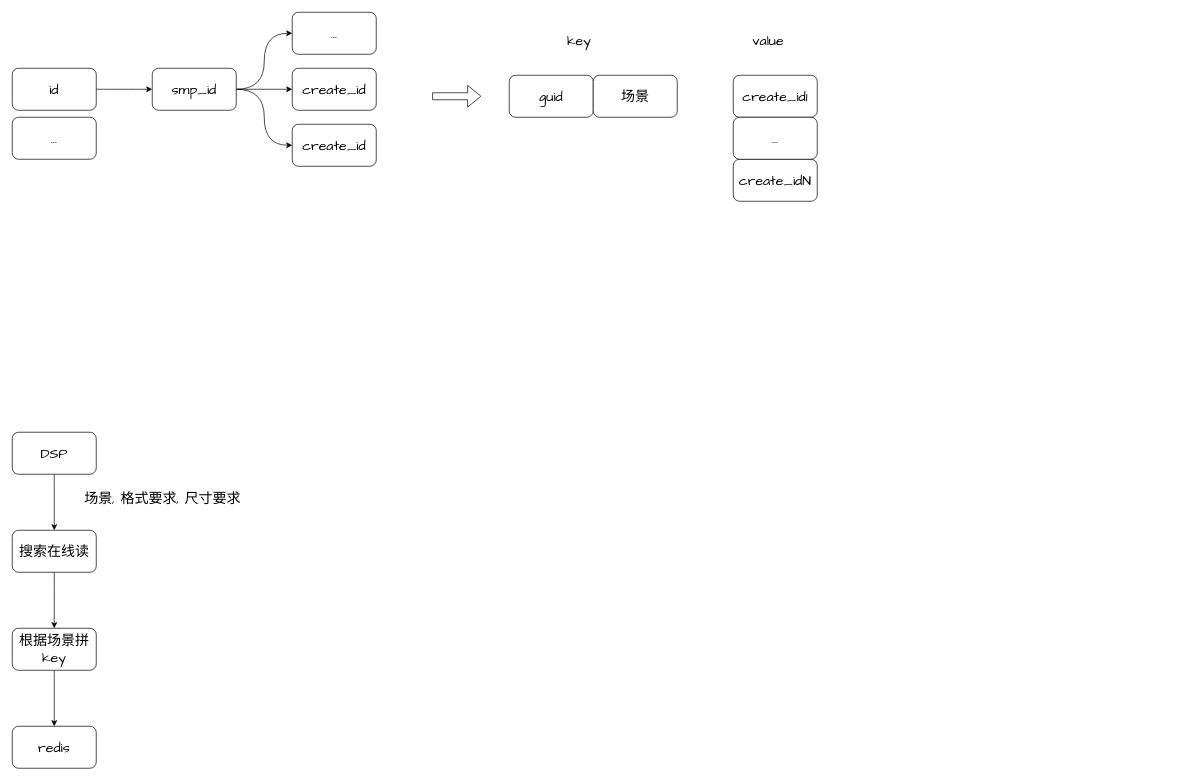
Earlier version of the draw.io diagram put_online.drawio (hashyong/drawio). Source tidied: cells renumbered, new cells numbered last; positions are measured from the earlier drawing's top-left corner, leaving out a move shared by most shapes. Both pictures are drawn from the tidied source at 70%, with x=0, y=0 at pixel (12, 12).
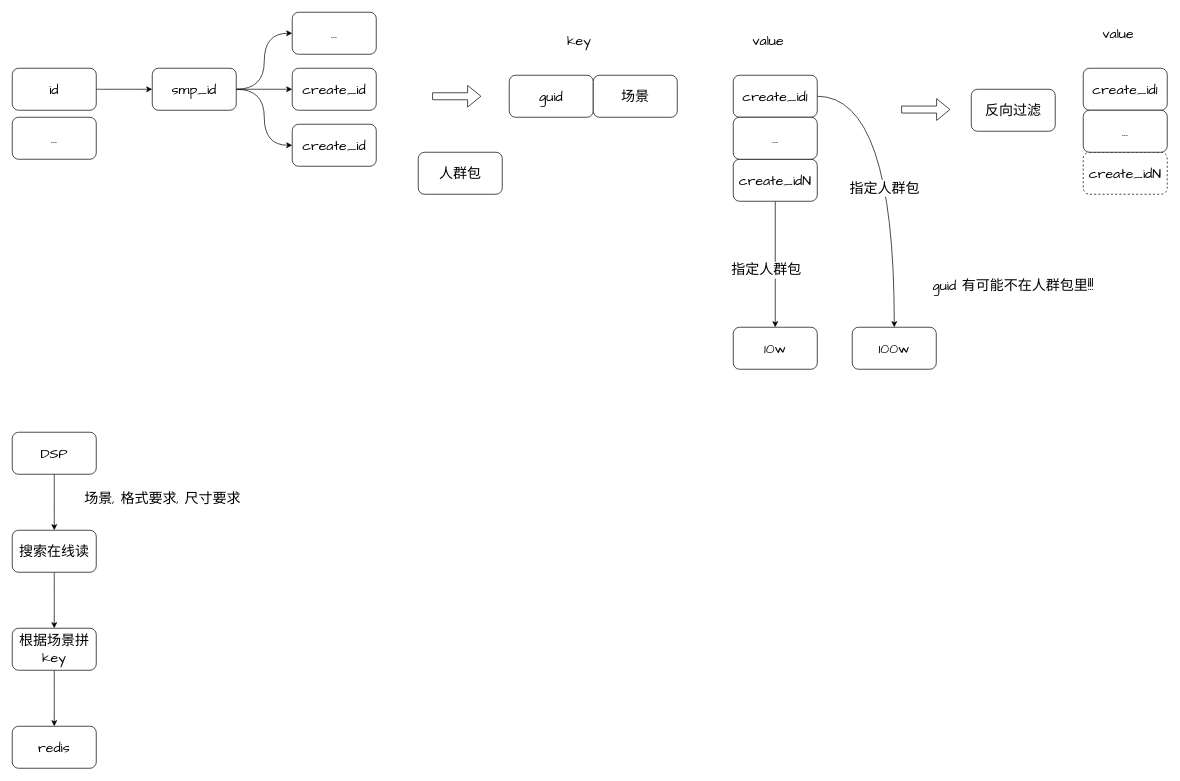
The same page after the edit.

The change refers to these unchanged cells:
```xml
<mxCell id="22" value="&lt;span style=&quot;font-size: 20px ; font-weight: normal&quot;&gt;create_id1&lt;br&gt;&lt;/span&gt;" style="whiteSpace=wrap;html=1;rounded=1;fontFamily=Comic Sans MS;fontSize=20;align=center;fontStyle=1;" parent="1" vertex="1">
  <mxGeometry x="1030" y="90" width="120" height="60" as="geometry" />
</mxCell>
<mxCell id="23" value="&lt;span style=&quot;font-weight: 400&quot;&gt;create_idN&lt;/span&gt;&lt;span style=&quot;font-size: 20px ; font-weight: normal&quot;&gt;&lt;br&gt;&lt;/span&gt;" style="whiteSpace=wrap;html=1;rounded=1;fontFamily=Comic Sans MS;fontSize=20;align=center;fontStyle=1;" parent="1" vertex="1">
  <mxGeometry x="1030" y="210" width="120" height="60" as="geometry" />
</mxCell>
```

What changed in the source:
```diff
@@
+    <mxCell id="28" style="edgeStyle=orthogonalEdgeStyle;curved=1;rounded=0;jettySize=auto;html=1;exitX=1;exitY=0.5;exitDx=0;exitDy=0;fontFamily=Comic Sans MS;fontSize=20;" parent="1" edge="1" source="22" target="33">
+      <mxGeometry relative="1" as="geometry" />
+    </mxCell>
+    <mxCell id="29" value="指定人群包" style="edgeLabel;html=1;align=center;verticalAlign=middle;fontSize=20;fontFamily=Comic Sans MS;" parent="28" vertex="1">
+      <mxGeometry x="0.09" y="-15" relative="1" as="geometry" />
+    </mxCell>
@@
+    <mxCell id="30" style="edgeStyle=orthogonalEdgeStyle;curved=1;rounded=0;jettySize=auto;html=1;exitX=0.5;exitY=1;exitDx=0;exitDy=0;fontFamily=Comic Sans MS;fontSize=20;" parent="1" edge="1" source="23">
+      <mxGeometry relative="1" as="geometry">
+        <mxPoint x="1090" y="450" as="targetPoint" />
+      </mxGeometry>
+    </mxCell>
+    <mxCell id="31" value="指定人群包" style="edgeLabel;html=1;align=center;verticalAlign=middle;fontSize=20;fontFamily=Comic Sans MS;" parent="30" vertex="1">
+      <mxGeometry x="0.09" y="-14" relative="1" as="geometry" />
+    </mxCell>
@@
+    <mxCell id="32" value="&lt;span style=&quot;font-weight: 400&quot;&gt;10w&lt;/span&gt;&lt;span style=&quot;font-size: 20px ; font-weight: normal&quot;&gt;&lt;br&gt;&lt;/span&gt;" style="whiteSpace=wrap;html=1;rounded=1;fontFamily=Comic Sans MS;fontSize=20;align=center;fontStyle=1;" parent="1" vertex="1">
+      <mxGeometry x="1030" y="450" width="120" height="60" as="geometry" />
+    </mxCell>
+    <mxCell id="33" value="&lt;span style=&quot;font-weight: 400&quot;&gt;100w&lt;/span&gt;&lt;span style=&quot;font-size: 20px ; font-weight: normal&quot;&gt;&lt;br&gt;&lt;/span&gt;" style="whiteSpace=wrap;html=1;rounded=1;fontFamily=Comic Sans MS;fontSize=20;align=center;fontStyle=1;" parent="1" vertex="1">
+      <mxGeometry x="1200" y="450" width="120" height="60" as="geometry" />
+    </mxCell>
+    <mxCell id="34" value="人群包" style="rounded=1;whiteSpace=wrap;html=1;fontFamily=Comic Sans MS;fontSize=20;align=center;" parent="1" vertex="1">
+      <mxGeometry x="580" y="200" width="120" height="60" as="geometry" />
+    </mxCell>
+    <mxCell id="35" style="shape=flexArrow;endArrow=classic;html=1;fontFamily=Comic Sans MS;fontSize=20;" parent="1" edge="1">
+      <mxGeometry relative="1" as="geometry">
+        <mxPoint x="1270" y="139" as="sourcePoint" />
+        <mxPoint x="1340" y="139" as="targetPoint" />
+      </mxGeometry>
+    </mxCell>
+    <mxCell id="36" value="&lt;span style=&quot;font-size: 20px ; font-weight: normal&quot;&gt;反向过滤&lt;br&gt;&lt;/span&gt;" style="whiteSpace=wrap;html=1;rounded=1;fontFamily=Comic Sans MS;fontSize=20;align=center;fontStyle=1;" parent="1" vertex="1">
+      <mxGeometry x="1370" y="110" width="120" height="60" as="geometry" />
+    </mxCell>
+    <mxCell id="37" value="value" style="text;html=1;strokeColor=none;fillColor=none;align=center;verticalAlign=middle;whiteSpace=wrap;rounded=0;fontFamily=Comic Sans MS;fontSize=20;" parent="1" vertex="1">
+      <mxGeometry x="1560" y="20" width="40" height="20" as="geometry" />
+    </mxCell>
+    <mxCell id="38" value="&lt;span style=&quot;font-size: 20px ; font-weight: normal&quot;&gt;create_id1&lt;br&gt;&lt;/span&gt;" style="whiteSpace=wrap;html=1;rounded=1;fontFamily=Comic Sans MS;fontSize=20;align=center;fontStyle=1;" parent="1" vertex="1">
+      <mxGeometry x="1530" y="80" width="120" height="60" as="geometry" />
+    </mxCell>
+    <mxCell id="39" value="&lt;span style=&quot;font-weight: 400&quot;&gt;create_idN&lt;/span&gt;&lt;span style=&quot;font-size: 20px ; font-weight: normal&quot;&gt;&lt;br&gt;&lt;/span&gt;" style="whiteSpace=wrap;html=1;rounded=1;fontFamily=Comic Sans MS;fontSize=20;align=center;fontStyle=1;dashed=1;" parent="1" vertex="1">
+      <mxGeometry x="1530" y="200" width="120" height="60" as="geometry" />
+    </mxCell>
+    <mxCell id="40" value="&lt;span style=&quot;font-size: 20px ; font-weight: normal&quot;&gt;...&lt;br&gt;&lt;/span&gt;" style="whiteSpace=wrap;html=1;rounded=1;fontFamily=Comic Sans MS;fontSize=20;align=center;fontStyle=1;" parent="1" vertex="1">
+      <mxGeometry x="1530" y="140" width="120" height="60" as="geometry" />
+    </mxCell>
+    <mxCell id="41" value="guid 有可能不在人群包里!!!" style="text;html=1;strokeColor=none;fillColor=none;align=center;verticalAlign=middle;whiteSpace=wrap;rounded=0;dashed=1;fontFamily=Comic Sans MS;fontSize=20;" parent="1" vertex="1">
+      <mxGeometry x="1305" y="380" width="250" height="20" as="geometry" />
+    </mxCell>
```
